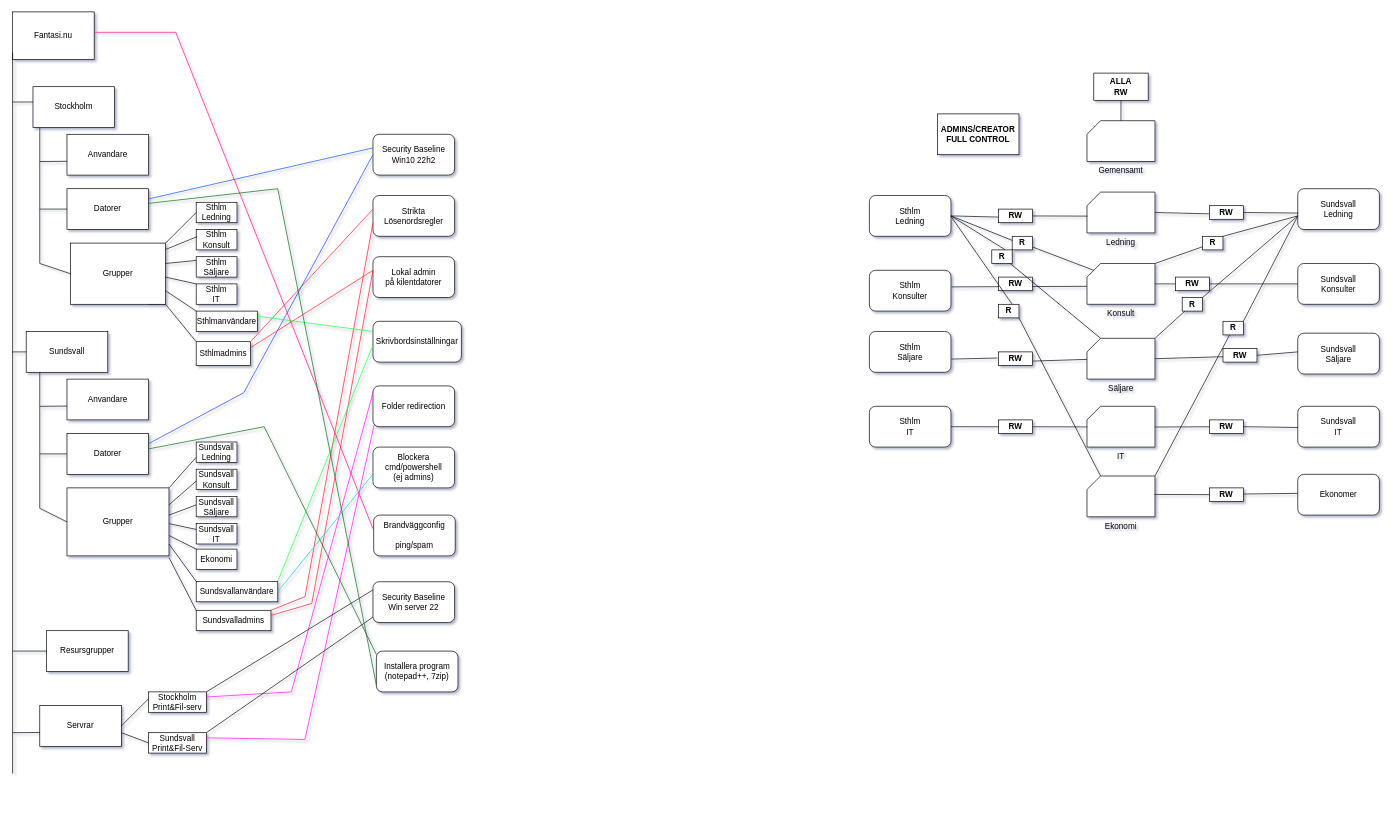
Above: WS/scenariolab.drawio in artifactNU/schoolstuff (draw.io), before the change. Source tidied: cells renumbered, new cells numbered last; positions are measured from the earlier drawing's top-left corner, leaving out a move shared by most shapes. Both pictures are drawn from the tidied source at 68%, with x=0, y=0 at pixel (12, 12).
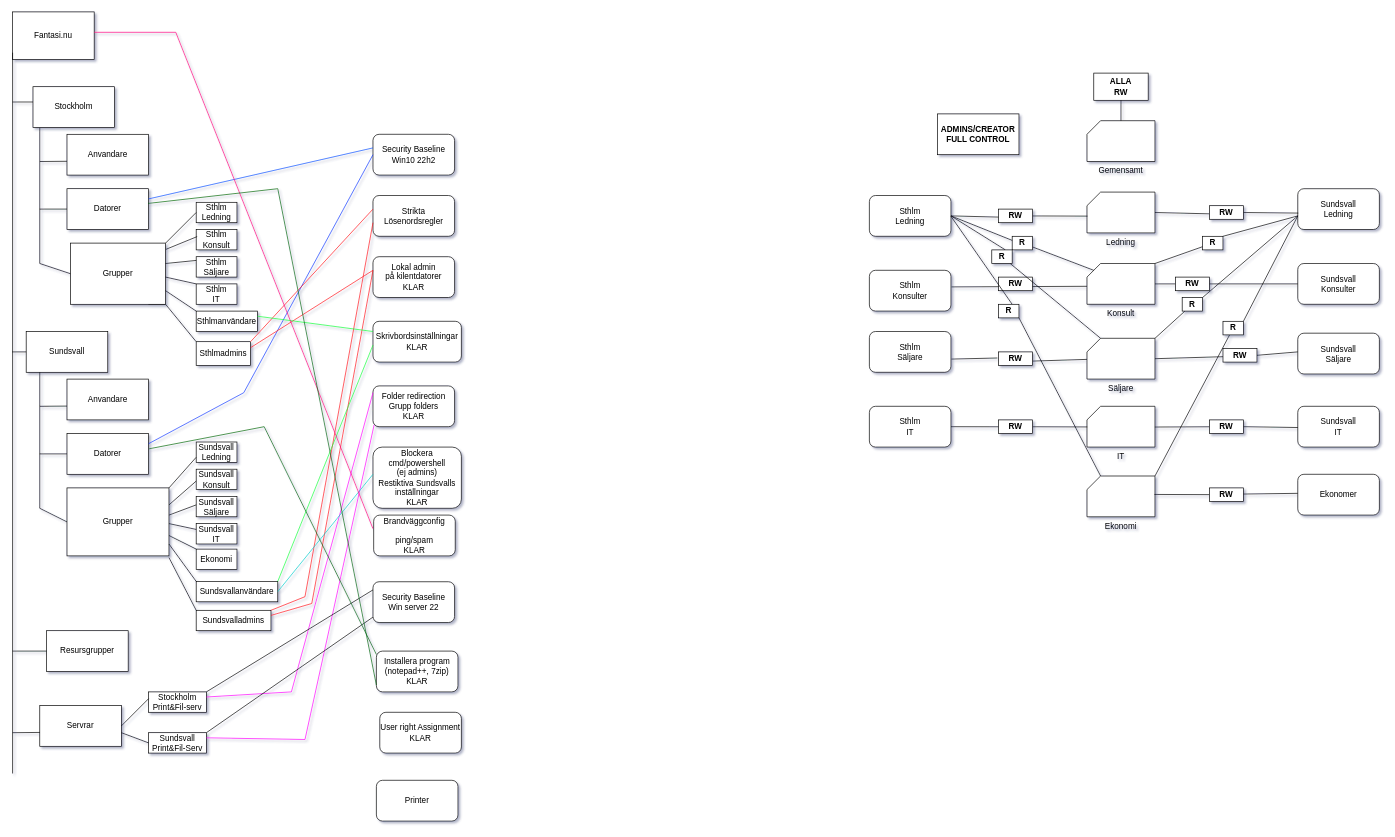
The same page after the edit.

What changed in the source:
```diff
@@
-    <mxCell id="58" value="&lt;div&gt;Lokal admin&lt;/div&gt;&lt;div&gt;på kilentdatorer&lt;/div&gt;" style="rounded=1;whiteSpace=wrap;html=1;" parent="1" vertex="1">
+    <mxCell id="58" value="&lt;div&gt;Lokal admin&lt;/div&gt;&lt;div&gt;på kilentdatorer&lt;/div&gt;&lt;div&gt;KLAR&lt;/div&gt;" style="rounded=1;whiteSpace=wrap;html=1;" parent="1" vertex="1">
       <mxGeometry x="531" y="360" width="120" height="60" as="geometry" />
     </mxCell>
-    <mxCell id="59" value="&lt;div&gt;Skrivbordsinställningar&lt;/div&gt;" style="rounded=1;whiteSpace=wrap;html=1;" parent="1" vertex="1">
+    <mxCell id="59" value="&lt;div&gt;Skrivbordsinställningar&lt;/div&gt;&lt;div&gt;KLAR&lt;/div&gt;" style="rounded=1;whiteSpace=wrap;html=1;" parent="1" vertex="1">
       <mxGeometry x="531" y="455" width="130" height="60" as="geometry" />
     </mxCell>
-    <mxCell id="60" value="Folder redirection" style="rounded=1;whiteSpace=wrap;html=1;" parent="1" vertex="1">
+    <mxCell id="60" value="Folder redirection&lt;br&gt;Grupp folders&lt;br&gt;KLAR" style="rounded=1;whiteSpace=wrap;html=1;" parent="1" vertex="1">
       <mxGeometry x="531" y="550" width="120" height="60" as="geometry" />
     </mxCell>
-    <mxCell id="61" value="&lt;div&gt;Blockera&lt;/div&gt;&lt;div&gt;cmd/powershell&lt;/div&gt;&lt;div&gt;(ej admins)&lt;br&gt;&lt;/div&gt;" style="rounded=1;whiteSpace=wrap;html=1;" parent="1" vertex="1">
-      <mxGeometry x="531" y="640" width="120" height="60" as="geometry" />
+    <mxCell id="61" value="&lt;div&gt;Blockera&lt;/div&gt;&lt;div&gt;cmd/powershell&lt;/div&gt;&lt;div&gt;(ej admins)&lt;br&gt;&lt;/div&gt;&lt;div&gt;Restiktiva Sundsvalls&lt;/div&gt;&lt;div&gt;inställningar&lt;/div&gt;&lt;div&gt;KLAR&lt;/div&gt;" style="rounded=1;whiteSpace=wrap;html=1;" parent="1" vertex="1">
+      <mxGeometry x="531" y="640" width="130" height="90" as="geometry" />
     </mxCell>
-    <mxCell id="62" value="&lt;div&gt;Brandväggconfig&lt;/div&gt;&lt;div&gt;&lt;br&gt;&lt;/div&gt;&lt;div&gt;ping/spam&lt;/div&gt;" style="rounded=1;whiteSpace=wrap;html=1;" parent="1" vertex="1">
+    <mxCell id="62" value="&lt;div&gt;Brandväggconfig&lt;/div&gt;&lt;div&gt;&lt;br&gt;&lt;/div&gt;&lt;div&gt;ping/spam&lt;/div&gt;&lt;div&gt;KLAR&lt;/div&gt;" style="rounded=1;whiteSpace=wrap;html=1;" parent="1" vertex="1">
       <mxGeometry x="532" y="740" width="120" height="60" as="geometry" />
     </mxCell>
@@
-    <mxCell id="88" value="Installera program&lt;br&gt;(notepad++, 7zip)" style="rounded=1;whiteSpace=wrap;html=1;" parent="1" vertex="1">
+    <mxCell id="88" value="Installera program&lt;br&gt;(notepad++, 7zip)&lt;br&gt;KLAR" style="rounded=1;whiteSpace=wrap;html=1;" parent="1" vertex="1">
       <mxGeometry x="536" y="940" width="120" height="60" as="geometry" />
     </mxCell>
@@
+    <mxCell id="155" value="User right Assignment&lt;br&gt;KLAR" style="rounded=1;whiteSpace=wrap;html=1;" parent="1" vertex="1">
+      <mxGeometry x="541" y="1030" width="120" height="60" as="geometry" />
+    </mxCell>
+    <mxCell id="156" value="Printer" style="rounded=1;whiteSpace=wrap;html=1;" parent="1" vertex="1">
+      <mxGeometry x="536" y="1130" width="120" height="60" as="geometry" />
+    </mxCell>
```
